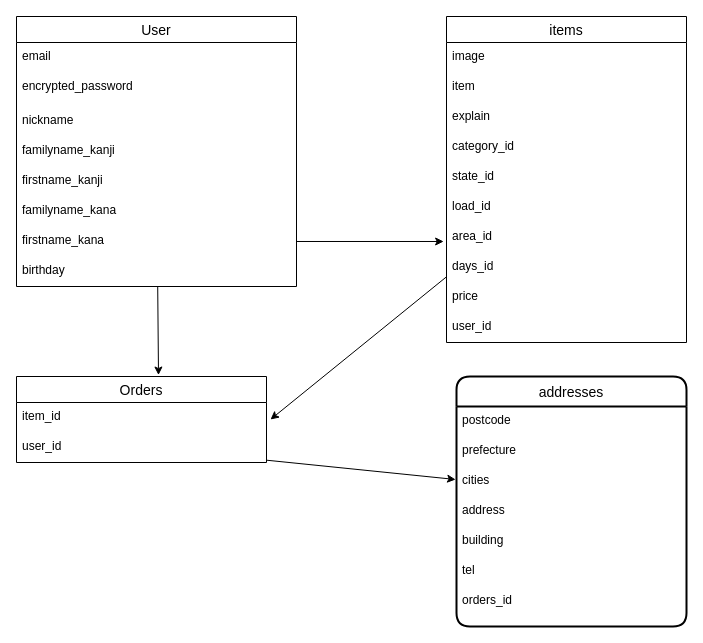
The draw.io diagram ER.dio in midor030/furima-31771, before the edit. Source tidied: cells renumbered, new cells numbered last; positions are measured from the earlier drawing's top-left corner, leaving out a move shared by most shapes. Both pictures are drawn from the tidied source at 100%, with x=0, y=0 at pixel (16, 16).
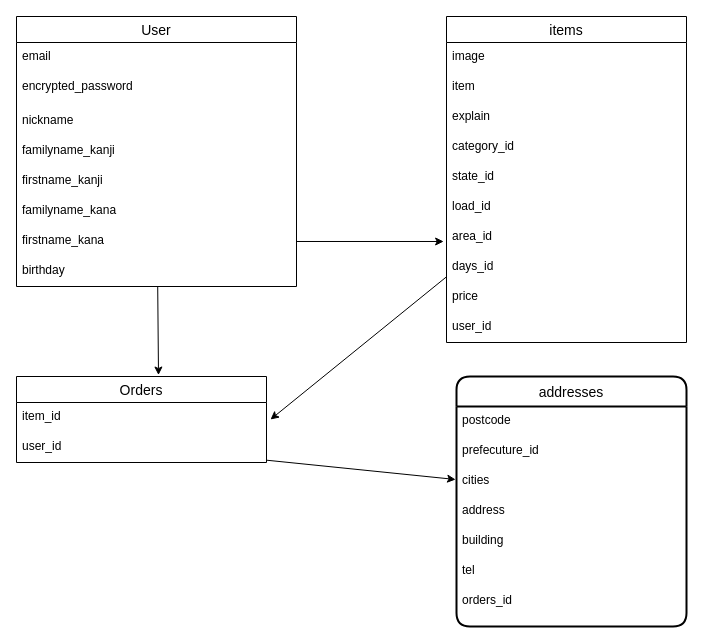
The same diagram, later.

Commit message (it also covers changes not shown here):
prefecture_idに修正

Unchanged cells that the change refers to:
```xml
<mxCell id="29" value="addresses" style="swimlane;horizontal=1;startSize=30;rounded=1;fontSize=14;fontStyle=0;strokeWidth=2;shadow=0;dashed=0;align=center;" parent="1" vertex="1">
  <mxGeometry x="440" y="360" width="230" height="250" as="geometry" />
</mxCell>
```

Change to the diagram source:
```diff
@@
-    <mxCell id="31" value="prefecture" style="text;strokeColor=none;fillColor=none;spacingLeft=4;spacingRight=4;overflow=hidden;fontSize=12;" parent="29" vertex="1">
+    <mxCell id="31" value="prefecuture_id" style="text;strokeColor=none;fillColor=none;spacingLeft=4;spacingRight=4;overflow=hidden;fontSize=12;" parent="29" vertex="1">
       <mxGeometry y="60" width="230" height="30" as="geometry" />
     </mxCell>
```
